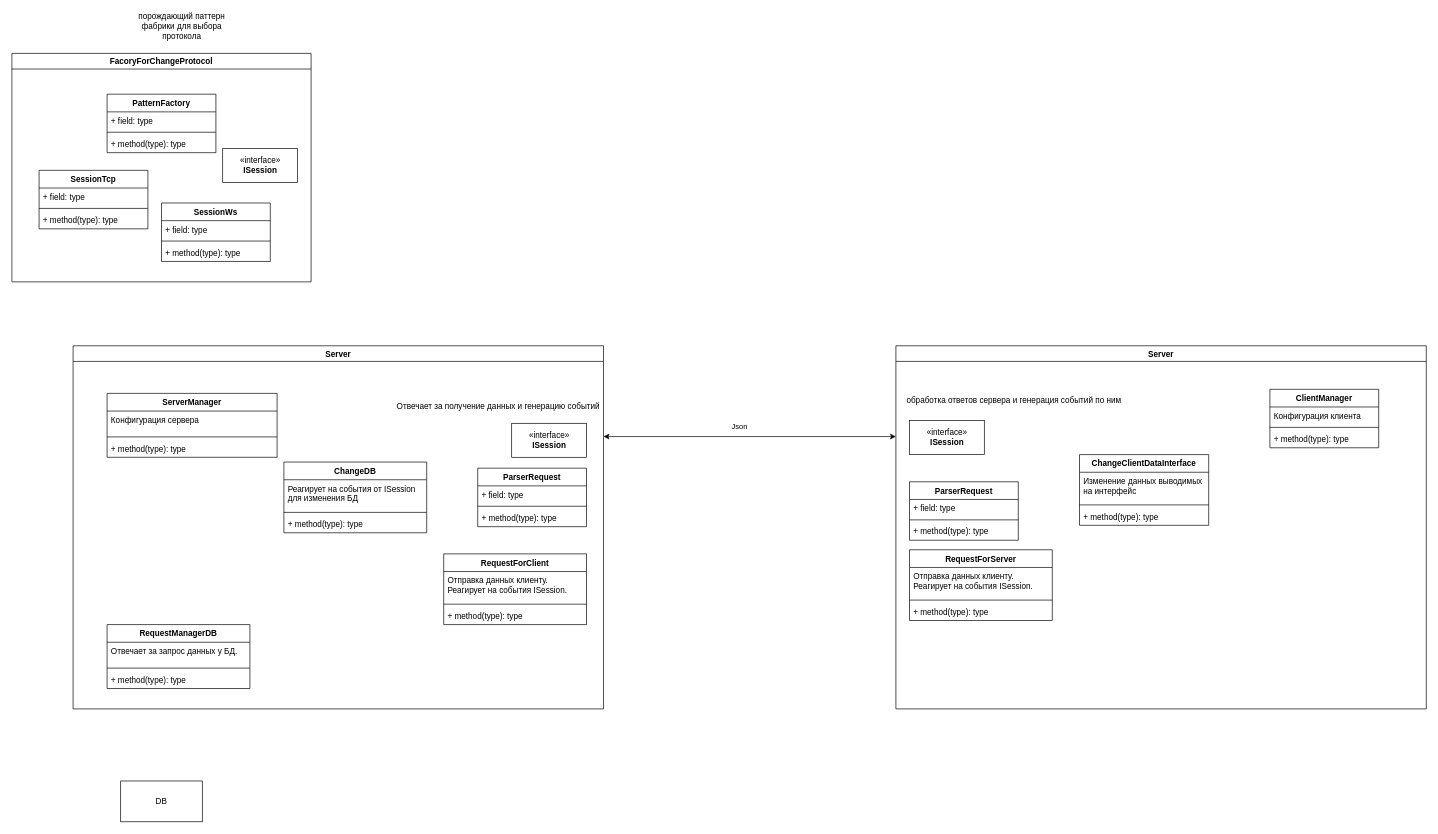
Above: HelpData/DiagramOfClasses.drawio in Falet/ChatApplication (draw.io), before the change. Source tidied: cells renumbered, new cells numbered last; positions are measured from the earlier drawing's top-left corner, leaving out a move shared by most shapes. Both pictures are drawn from the tidied source at 68%, with x=0, y=0 at pixel (12, 19).
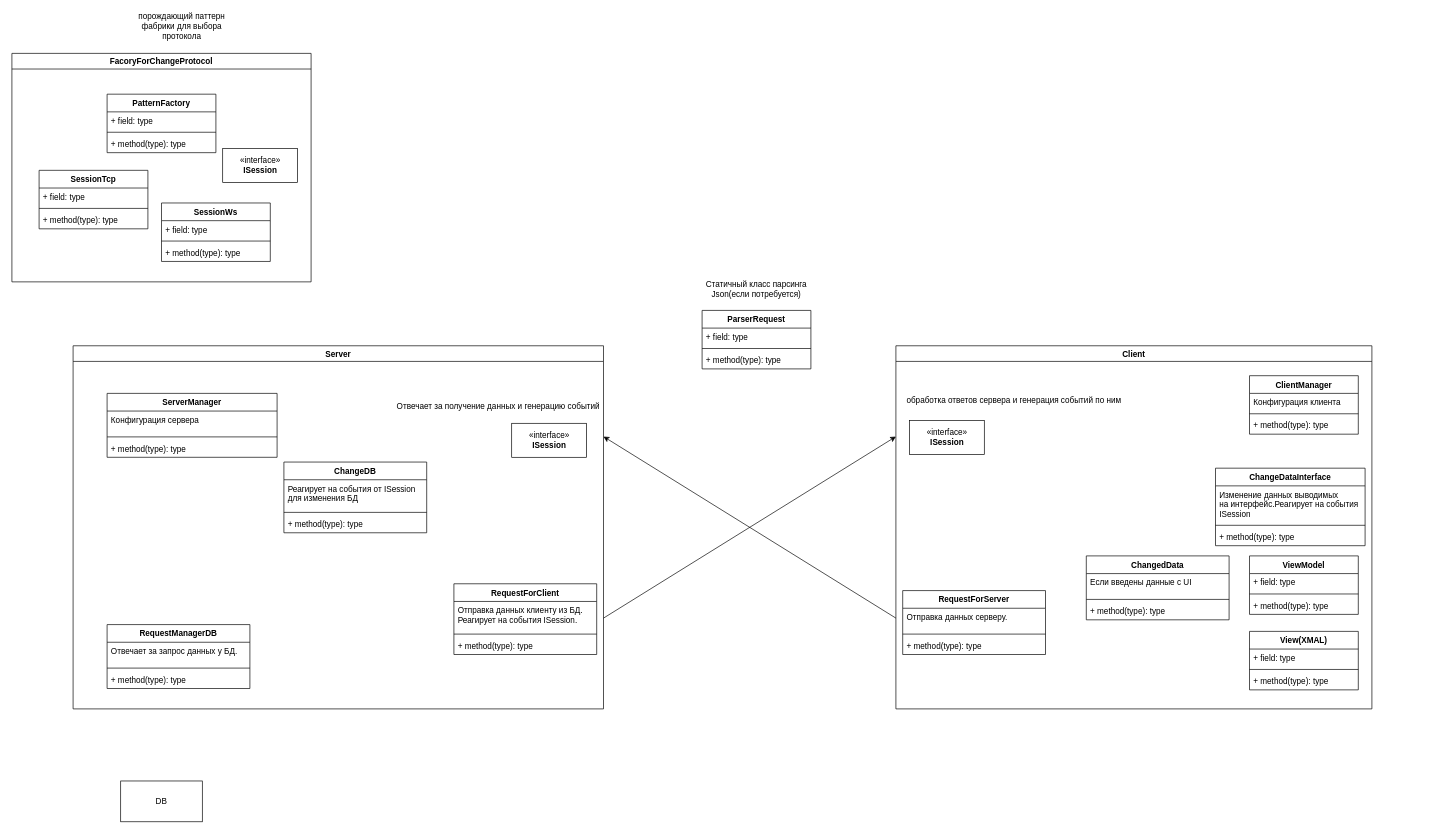
Above is the later version.

Unchanged cells that the change refers to:
```xml
<mxCell id="2" value="Server" style="swimlane;" parent="1" vertex="1">
  <mxGeometry x="90" y="480" width="780" height="534" as="geometry" />
</mxCell>
```

Change to the diagram source:
```diff
@@
-    <mxCell id="12" value="ParserRequest" style="swimlane;fontStyle=1;align=center;verticalAlign=top;horizontal=1;startSize=26;" parent="2" vertex="1">
-      <mxGeometry x="595" y="180" width="160" height="86" as="geometry" />
-    </mxCell>
-    <mxCell id="13" value="+ field: type" style="text;strokeColor=none;fillColor=none;align=left;verticalAlign=top;spacingLeft=4;spacingRight=4;overflow=hidden;" parent="12" vertex="1">
-      <mxGeometry y="26" width="160" height="26" as="geometry" />
-    </mxCell>
-    <mxCell id="14" style="line;strokeWidth=1;fillColor=none;align=left;verticalAlign=middle;spacingTop=-1;spacingLeft=3;spacingRight=3;labelPosition=right;" parent="12" vertex="1">
-      <mxGeometry y="52" width="160" height="8" as="geometry" />
-    </mxCell>
-    <mxCell id="15" value="+ method(type): type" style="text;strokeColor=none;fillColor=none;align=left;verticalAlign=top;spacingLeft=4;spacingRight=4;overflow=hidden;" parent="12" vertex="1">
-      <mxGeometry y="60" width="160" height="26" as="geometry" />
-    </mxCell>
     <mxCell id="16" value="RequestForClient" style="swimlane;fontStyle=1;align=center;verticalAlign=top;horizontal=1;startSize=26;" parent="2" vertex="1">
-      <mxGeometry x="545" y="306" width="210" height="104" as="geometry" />
+      <mxGeometry x="560" y="350" width="210" height="104" as="geometry" />
     </mxCell>
-    <mxCell id="17" value="Отправка данных клиенту. &#10;Реагирует на события ISession." style="text;strokeColor=none;fillColor=none;align=left;verticalAlign=top;spacingLeft=4;spacingRight=4;overflow=hidden;" parent="16" vertex="1">
+    <mxCell id="17" value="Отправка данных клиенту из БД. &#10;Реагирует на события ISession." style="text;strokeColor=none;fillColor=none;align=left;verticalAlign=top;spacingLeft=4;spacingRight=4;overflow=hidden;" parent="16" vertex="1">
       <mxGeometry y="26" width="210" height="44" as="geometry" />
     </mxCell>
@@
-    <mxCell id="39" value="Server" style="swimlane;" parent="1" vertex="1">
-      <mxGeometry x="1300" y="480" width="780" height="534" as="geometry" />
+    <mxCell id="39" value="Client" style="swimlane;startSize=23;" parent="1" vertex="1">
+      <mxGeometry x="1300" y="480" width="700" height="534" as="geometry" />
     </mxCell>
     <mxCell id="40" value="ClientManager" style="swimlane;fontStyle=1;align=center;verticalAlign=top;horizontal=1;startSize=26;" parent="39" vertex="1">
-      <mxGeometry x="550" y="64" width="160" height="86" as="geometry" />
+      <mxGeometry x="520" y="44" width="160" height="86" as="geometry" />
     </mxCell>
@@
-    <mxCell id="46" value="ChangeClientDataInterface" style="swimlane;fontStyle=1;align=center;verticalAlign=top;horizontal=1;startSize=26;" parent="39" vertex="1">
-      <mxGeometry x="270" y="160" width="190" height="104" as="geometry" />
+    <mxCell id="46" value="ChangeDataInterface" style="swimlane;fontStyle=1;align=center;verticalAlign=top;horizontal=1;startSize=26;" parent="39" vertex="1">
+      <mxGeometry x="470" y="180" width="220" height="114" as="geometry" />
     </mxCell>
-    <mxCell id="47" value="Изменение данных выводимых &#10;на интерфейс" style="text;strokeColor=none;fillColor=none;align=left;verticalAlign=top;spacingLeft=4;spacingRight=4;overflow=hidden;" parent="46" vertex="1">
-      <mxGeometry y="26" width="190" height="44" as="geometry" />
+    <mxCell id="47" value="Изменение данных выводимых &#10;на интерфейс.Реагирует на события&#10;ISession" style="text;strokeColor=none;fillColor=none;align=left;verticalAlign=top;spacingLeft=4;spacingRight=4;overflow=hidden;" parent="46" vertex="1">
+      <mxGeometry y="26" width="220" height="54" as="geometry" />
     </mxCell>
     <mxCell id="48" style="line;strokeWidth=1;fillColor=none;align=left;verticalAlign=middle;spacingTop=-1;spacingLeft=3;spacingRight=3;labelPosition=right;" parent="46" vertex="1">
-      <mxGeometry y="70" width="190" height="8" as="geometry" />
+      <mxGeometry y="80" width="220" height="8" as="geometry" />
     </mxCell>
     <mxCell id="49" value="+ method(type): type" style="text;strokeColor=none;fillColor=none;align=left;verticalAlign=top;spacingLeft=4;spacingRight=4;overflow=hidden;" parent="46" vertex="1">
-      <mxGeometry y="78" width="190" height="26" as="geometry" />
+      <mxGeometry y="88" width="220" height="26" as="geometry" />
     </mxCell>
-    <mxCell id="50" value="ParserRequest" style="swimlane;fontStyle=1;align=center;verticalAlign=top;horizontal=1;startSize=26;" parent="39" vertex="1">
-      <mxGeometry x="20" y="200" width="160" height="86" as="geometry" />
-    </mxCell>
-    <mxCell id="51" value="+ field: type" style="text;strokeColor=none;fillColor=none;align=left;verticalAlign=top;spacingLeft=4;spacingRight=4;overflow=hidden;" parent="50" vertex="1">
-      <mxGeometry y="26" width="160" height="26" as="geometry" />
-    </mxCell>
-    <mxCell id="52" style="line;strokeWidth=1;fillColor=none;align=left;verticalAlign=middle;spacingTop=-1;spacingLeft=3;spacingRight=3;labelPosition=right;" parent="50" vertex="1">
-      <mxGeometry y="52" width="160" height="8" as="geometry" />
-    </mxCell>
-    <mxCell id="53" value="+ method(type): type" style="text;strokeColor=none;fillColor=none;align=left;verticalAlign=top;spacingLeft=4;spacingRight=4;overflow=hidden;" parent="50" vertex="1">
-      <mxGeometry y="60" width="160" height="26" as="geometry" />
-    </mxCell>
+    <mxCell id="62" value="ChangedData" style="swimlane;fontStyle=1;align=center;verticalAlign=top;horizontal=1;startSize=26;" parent="39" vertex="1">
+      <mxGeometry x="280" y="309" width="210" height="94" as="geometry" />
+    </mxCell>
+    <mxCell id="63" value="Если введены данные с UI" style="text;strokeColor=none;fillColor=none;align=left;verticalAlign=top;spacingLeft=4;spacingRight=4;overflow=hidden;" parent="62" vertex="1">
+      <mxGeometry y="26" width="210" height="34" as="geometry" />
+    </mxCell>
+    <mxCell id="64" style="line;strokeWidth=1;fillColor=none;align=left;verticalAlign=middle;spacingTop=-1;spacingLeft=3;spacingRight=3;labelPosition=right;" parent="62" vertex="1">
+      <mxGeometry y="60" width="210" height="8" as="geometry" />
+    </mxCell>
+    <mxCell id="65" value="+ method(type): type" style="text;strokeColor=none;fillColor=none;align=left;verticalAlign=top;spacingLeft=4;spacingRight=4;overflow=hidden;" parent="62" vertex="1">
+      <mxGeometry y="68" width="210" height="26" as="geometry" />
+    </mxCell>
+    <mxCell id="66" value="ViewModel" style="swimlane;fontStyle=1;align=center;verticalAlign=top;horizontal=1;startSize=26;" parent="39" vertex="1">
+      <mxGeometry x="520" y="309" width="160" height="86" as="geometry" />
+    </mxCell>
+    <mxCell id="67" value="+ field: type" style="text;strokeColor=none;fillColor=none;align=left;verticalAlign=top;spacingLeft=4;spacingRight=4;overflow=hidden;" parent="66" vertex="1">
+      <mxGeometry y="26" width="160" height="26" as="geometry" />
+    </mxCell>
+    <mxCell id="68" style="line;strokeWidth=1;fillColor=none;align=left;verticalAlign=middle;spacingTop=-1;spacingLeft=3;spacingRight=3;labelPosition=right;" parent="66" vertex="1">
+      <mxGeometry y="52" width="160" height="8" as="geometry" />
+    </mxCell>
+    <mxCell id="69" value="+ method(type): type" style="text;strokeColor=none;fillColor=none;align=left;verticalAlign=top;spacingLeft=4;spacingRight=4;overflow=hidden;" parent="66" vertex="1">
+      <mxGeometry y="60" width="160" height="26" as="geometry" />
+    </mxCell>
     <mxCell id="54" value="RequestForServer" style="swimlane;fontStyle=1;align=center;verticalAlign=top;horizontal=1;startSize=26;" parent="39" vertex="1">
-      <mxGeometry x="20" y="300" width="210" height="104" as="geometry" />
+      <mxGeometry x="10" y="360" width="210" height="94" as="geometry" />
     </mxCell>
-    <mxCell id="55" value="Отправка данных клиенту. &#10;Реагирует на события ISession." style="text;strokeColor=none;fillColor=none;align=left;verticalAlign=top;spacingLeft=4;spacingRight=4;overflow=hidden;" parent="54" vertex="1">
-      <mxGeometry y="26" width="210" height="44" as="geometry" />
+    <mxCell id="55" value="Отправка данных серверу. " style="text;strokeColor=none;fillColor=none;align=left;verticalAlign=top;spacingLeft=4;spacingRight=4;overflow=hidden;" parent="54" vertex="1">
+      <mxGeometry y="26" width="210" height="34" as="geometry" />
     </mxCell>
     <mxCell id="56" style="line;strokeWidth=1;fillColor=none;align=left;verticalAlign=middle;spacingTop=-1;spacingLeft=3;spacingRight=3;labelPosition=right;" parent="54" vertex="1">
-      <mxGeometry y="70" width="210" height="8" as="geometry" />
+      <mxGeometry y="60" width="210" height="8" as="geometry" />
     </mxCell>
     <mxCell id="57" value="+ method(type): type" style="text;strokeColor=none;fillColor=none;align=left;verticalAlign=top;spacingLeft=4;spacingRight=4;overflow=hidden;" parent="54" vertex="1">
-      <mxGeometry y="78" width="210" height="26" as="geometry" />
+      <mxGeometry y="68" width="210" height="26" as="geometry" />
     </mxCell>
+    <mxCell id="70" value="View(XMAL)" style="swimlane;fontStyle=1;align=center;verticalAlign=top;horizontal=1;startSize=26;" parent="39" vertex="1">
+      <mxGeometry x="520" y="420" width="160" height="86" as="geometry" />
+    </mxCell>
+    <mxCell id="71" value="+ field: type" style="text;strokeColor=none;fillColor=none;align=left;verticalAlign=top;spacingLeft=4;spacingRight=4;overflow=hidden;" parent="70" vertex="1">
+      <mxGeometry y="26" width="160" height="26" as="geometry" />
+    </mxCell>
+    <mxCell id="72" style="line;strokeWidth=1;fillColor=none;align=left;verticalAlign=middle;spacingTop=-1;spacingLeft=3;spacingRight=3;labelPosition=right;" parent="70" vertex="1">
+      <mxGeometry y="52" width="160" height="8" as="geometry" />
+    </mxCell>
+    <mxCell id="73" value="+ method(type): type" style="text;strokeColor=none;fillColor=none;align=left;verticalAlign=top;spacingLeft=4;spacingRight=4;overflow=hidden;" parent="70" vertex="1">
+      <mxGeometry y="60" width="160" height="26" as="geometry" />
+    </mxCell>
@@
+    <mxCell id="74" value="Статичный класс парсинга Json(если потребуется)" style="text;html=1;strokeColor=none;fillColor=none;align=center;verticalAlign=middle;whiteSpace=wrap;rounded=0;" parent="1" vertex="1">
+      <mxGeometry x="1000" y="380" width="190" height="34" as="geometry" />
+    </mxCell>
+    <mxCell id="12" value="ParserRequest" style="swimlane;fontStyle=1;align=center;verticalAlign=top;horizontal=1;startSize=26;" parent="1" vertex="1">
+      <mxGeometry x="1015" y="428" width="160" height="86" as="geometry" />
+    </mxCell>
+    <mxCell id="13" value="+ field: type" style="text;strokeColor=none;fillColor=none;align=left;verticalAlign=top;spacingLeft=4;spacingRight=4;overflow=hidden;" parent="12" vertex="1">
+      <mxGeometry y="26" width="160" height="26" as="geometry" />
+    </mxCell>
+    <mxCell id="14" style="line;strokeWidth=1;fillColor=none;align=left;verticalAlign=middle;spacingTop=-1;spacingLeft=3;spacingRight=3;labelPosition=right;" parent="12" vertex="1">
+      <mxGeometry y="52" width="160" height="8" as="geometry" />
+    </mxCell>
+    <mxCell id="15" value="+ method(type): type" style="text;strokeColor=none;fillColor=none;align=left;verticalAlign=top;spacingLeft=4;spacingRight=4;overflow=hidden;" parent="12" vertex="1">
+      <mxGeometry y="60" width="160" height="26" as="geometry" />
+    </mxCell>
+    <mxCell id="75" style="endArrow=classic;html=1;entryX=1;entryY=0.25;entryDx=0;entryDy=0;exitX=0;exitY=0.75;exitDx=0;exitDy=0;" parent="1" edge="1" source="39" target="2">
+      <mxGeometry relative="1" as="geometry" />
+    </mxCell>
-    <mxCell id="60" style="endArrow=classic;startArrow=classic;html=1;entryX=0;entryY=0.25;entryDx=0;entryDy=0;exitX=1;exitY=0.25;exitDx=0;exitDy=0;" parent="1" edge="1" source="2" target="39">
+    <mxCell id="60" style="endArrow=classic;html=1;entryX=0;entryY=0.25;entryDx=0;entryDy=0;exitX=1;exitY=0.75;exitDx=0;exitDy=0;" parent="1" edge="1" source="2" target="39">
       <mxGeometry relative="1" as="geometry" />
     </mxCell>
-    <mxCell id="61" value="Json" style="edgeLabel;html=1;align=center;verticalAlign=middle;" parent="60" vertex="1">
-      <mxGeometry x="-0.12" y="1" relative="1" as="geometry">
-        <mxPoint x="10.2" y="-13.7" as="offset" />
-      </mxGeometry>
-    </mxCell>
```
